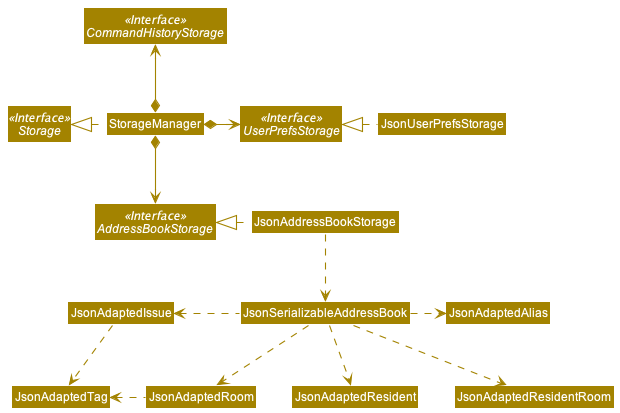
The PlantUML diagram docs/images/StorageClassDiagram.png in nus-cs2103-AY2021S2/tp, before a commit.
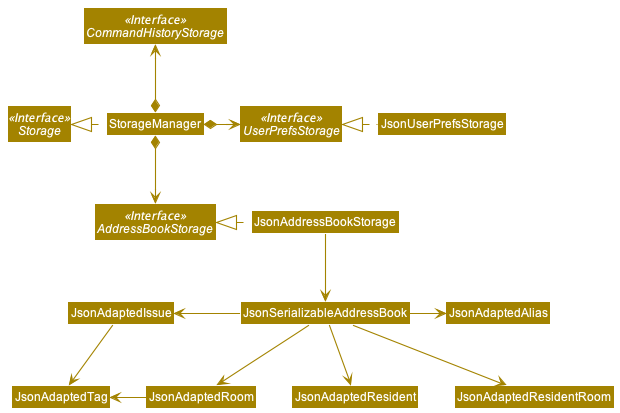
The same diagram one commit later.

Commit message:
Docs(UG): Update alias and storage diagram/interface

What changed in the source:
```diff
@@ -20,15 +20,15 @@
 
 Class JsonAddressBookStorage
 JsonAddressBookStorage .left.|> AddressBookStorage
-JsonAddressBookStorage .down.> JsonSerializableAddressBook
+JsonAddressBookStorage -down-> JsonSerializableAddressBook
 
 Class JsonSerializableAddressBook
-JsonSerializableAddressBook .left.> JsonAdaptedIssue
-JsonSerializableAddressBook .down.> JsonAdaptedRoom
-JsonSerializableAddressBook .down.> JsonAdaptedResident
-JsonSerializableAddressBook .down.> JsonAdaptedResidentRoom
-JsonSerializableAddressBook .right.> JsonAdaptedAlias
+JsonSerializableAddressBook -left-> JsonAdaptedIssue
+JsonSerializableAddressBook -down-> JsonAdaptedRoom
+JsonSerializableAddressBook -down-> JsonAdaptedResident
+JsonSerializableAddressBook -down-> JsonAdaptedResidentRoom
+JsonSerializableAddressBook -right-> JsonAdaptedAlias
 
-JsonAdaptedRoom .left.> JsonAdaptedTag
-JsonAdaptedIssue .down.> JsonAdaptedTag
+JsonAdaptedRoom -left-> JsonAdaptedTag
+JsonAdaptedIssue -down-> JsonAdaptedTag
 @enduml
```
